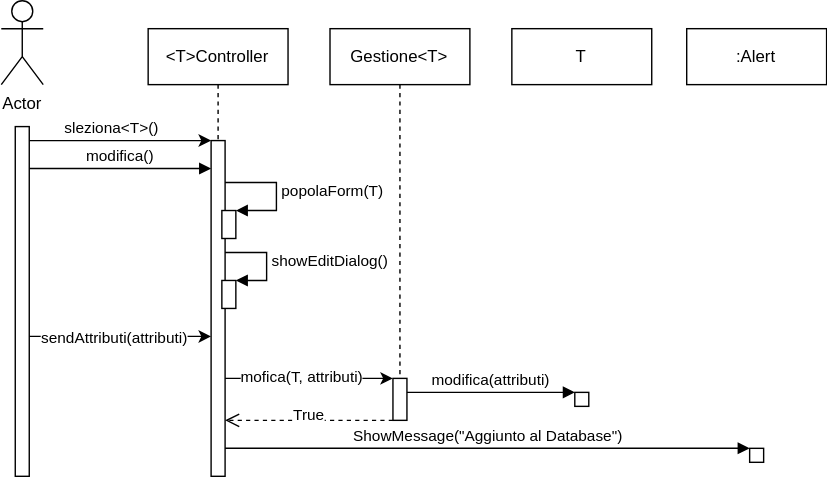
Above: Design/DiagrammaSequenzaModificaT.svg in doppiaaa/Progetto-Biblioteca-Ingegneria-del-Software (draw.io), before the change. Source tidied: cells renumbered, new cells last; positions are measured from the earlier drawing's top-left corner, leaving out a move shared by most shapes.
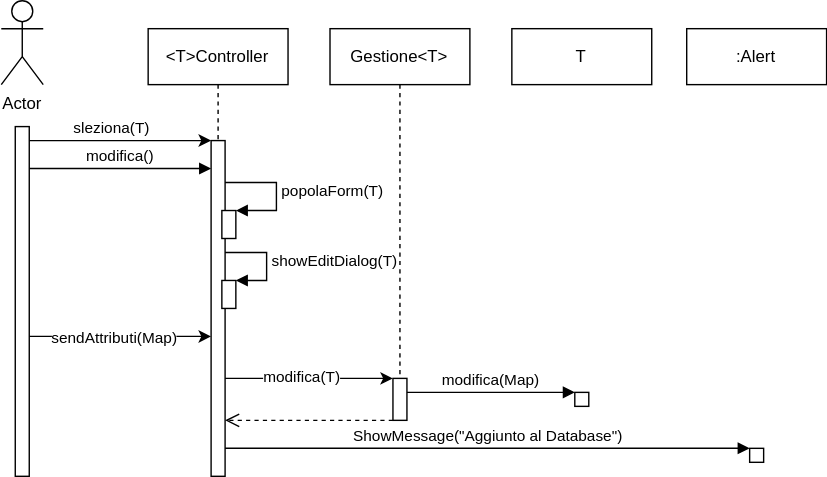
The same file after the commit.

Diff of the diagram source:
```diff
@@ -17,7 +17,7 @@
         <mxPoint x="150.3" y="100" as="targetPoint" />
       </mxGeometry>
     </mxCell>
-    <mxCell id="6" value="sleziona&amp;lt;T&amp;gt;()" style="edgeLabel;html=1;align=center;verticalAlign=middle;" parent="5" vertex="1">
+    <mxCell id="6" value="sleziona(T)" style="edgeLabel;html=1;align=center;verticalAlign=middle;" parent="5" vertex="1">
       <mxGeometry x="-0.22" y="2" relative="1" as="geometry">
         <mxPoint x="7" y="-8" as="offset" />
       </mxGeometry>
@@ -28,7 +28,7 @@
         <mxPoint x="150.3" y="240" as="targetPoint" />
       </mxGeometry>
     </mxCell>
-    <mxCell id="8" value="sendAttributi(attributi)" style="edgeLabel;html=1;align=center;verticalAlign=middle;" parent="7" vertex="1">
+    <mxCell id="8" value="sendAttributi(Map)" style="edgeLabel;html=1;align=center;verticalAlign=middle;" parent="7" vertex="1">
       <mxGeometry x="-0.22" y="2" relative="1" as="geometry">
         <mxPoint x="9" y="2" as="offset" />
       </mxGeometry>
@@ -42,12 +42,12 @@
         <mxPoint x="280.3" y="270" as="targetPoint" />
       </mxGeometry>
     </mxCell>
-    <mxCell id="11" value="mofica(T, attributi)" style="edgeLabel;html=1;align=center;verticalAlign=middle;" parent="10" vertex="1">
+    <mxCell id="11" value="modifica(T)" style="edgeLabel;html=1;align=center;verticalAlign=middle;" parent="10" vertex="1">
       <mxGeometry x="-0.22" y="2" relative="1" as="geometry">
         <mxPoint x="7" as="offset" />
       </mxGeometry>
     </mxCell>
-    <mxCell id="12" value="True" style="html=1;verticalAlign=bottom;endArrow=open;dashed=1;endSize=8;curved=0;rounded=0;exitX=0;exitY=1;exitDx=0;exitDy=-5;exitPerimeter=0;" parent="1" edge="1">
+    <mxCell id="12" style="html=1;verticalAlign=bottom;endArrow=open;dashed=1;endSize=8;curved=0;rounded=0;exitX=0;exitY=1;exitDx=0;exitDy=-5;exitPerimeter=0;" parent="1" edge="1">
       <mxGeometry y="5" relative="1" as="geometry">
         <mxPoint x="280.3" y="300" as="sourcePoint" />
         <mxPoint x="160.3" y="300" as="targetPoint" />
@@ -56,7 +56,7 @@
     <mxCell id="13" style="html=1;perimeter=orthogonalPerimeter;targetShapes=umlLifeline;newEdgeStyle={&quot;curved&quot;:0,&quot;rounded&quot;:0};" parent="1" vertex="1">
       <mxGeometry x="410.3" y="280" width="10" height="10" as="geometry" />
     </mxCell>
-    <mxCell id="14" value="modifica(attributi)" style="html=1;verticalAlign=bottom;endArrow=block;curved=0;rounded=0;" parent="1" edge="1" source="9">
+    <mxCell id="14" value="modifica(Map)" style="html=1;verticalAlign=bottom;endArrow=block;curved=0;rounded=0;" parent="1" edge="1" source="9">
       <mxGeometry relative="1" as="geometry">
         <mxPoint x="410.3" y="280" as="targetPoint" />
       </mxGeometry>
@@ -84,7 +84,7 @@
     <mxCell id="21" style="html=1;points=[[0,0,0,0,5],[0,1,0,0,-5],[1,0,0,0,5],[1,1,0,0,-5]];perimeter=orthogonalPerimeter;outlineConnect=0;targetShapes=umlLifeline;portConstraint=eastwest;newEdgeStyle={&quot;curved&quot;:0,&quot;rounded&quot;:0};" parent="1" vertex="1">
       <mxGeometry x="158" y="200" width="10" height="20" as="geometry" />
     </mxCell>
-    <mxCell id="22" value="showEditDialog()" style="html=1;align=left;spacingLeft=2;endArrow=block;rounded=0;edgeStyle=orthogonalEdgeStyle;curved=0;rounded=0;" parent="1" edge="1" target="21">
+    <mxCell id="22" value="showEditDialog(T)" style="html=1;align=left;spacingLeft=2;endArrow=block;rounded=0;edgeStyle=orthogonalEdgeStyle;curved=0;rounded=0;" parent="1" edge="1" target="21">
       <mxGeometry relative="1" as="geometry">
         <mxPoint x="160.3" y="180" as="sourcePoint" />
         <Array as="points">
```
